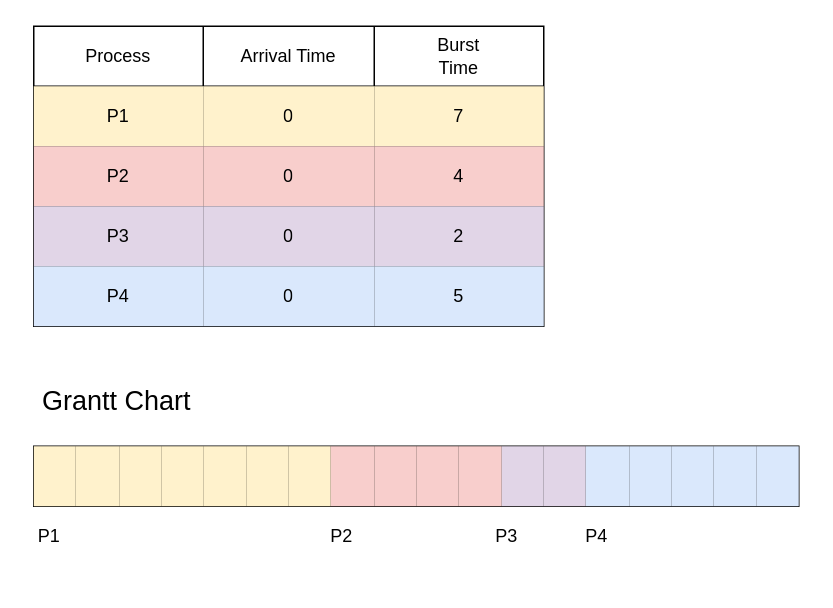
Before: FCFS-Diagram.drawio in estraining/diagram-store, a draw.io diagram. Source tidied: cells renumbered, new cells numbered last; positions are measured from the earlier drawing's top-left corner, leaving out a move shared by most shapes. Both pictures are drawn from the tidied source at 150%, with x=0, y=0 at pixel (26, 26).
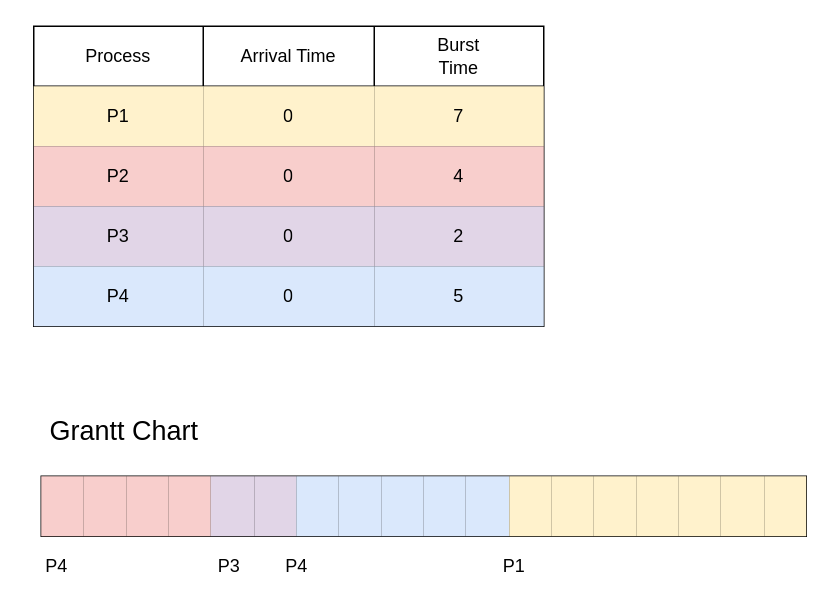
The same page after the edit.

What changed in the source:
```diff
@@
-    <mxCell id="23" style="shape=table;html=1;whiteSpace=wrap;startSize=0;childLayout=tableLayout;" parent="1" vertex="1">
-      <mxGeometry x="5" y="280" width="510" height="40" as="geometry" />
-    </mxCell>
+    <mxCell id="43" value="&lt;font style=&quot;font-size: 18px&quot;&gt;Grantt Chart&lt;/font&gt;" style="text;html=1;align=center;verticalAlign=middle;" parent="1" vertex="1">
+      <mxGeometry x="10" y="260" width="110" height="20" as="geometry" />
+    </mxCell>
+    <mxCell id="48" value="P4" style="text;html=1;align=center;verticalAlign=middle;" parent="1" vertex="1">
+      <mxGeometry x="5" y="350" width="30" height="20" as="geometry" />
+    </mxCell>
+    <mxCell id="46" value="P3" style="text;html=1;align=center;verticalAlign=middle;" parent="1" vertex="1">
+      <mxGeometry x="120" y="350" width="30" height="20" as="geometry" />
+    </mxCell>
+    <mxCell id="49" value="P4" style="text;html=1;align=center;verticalAlign=middle;" parent="1" vertex="1">
+      <mxGeometry x="165" y="350" width="30" height="20" as="geometry" />
+    </mxCell>
+    <mxCell id="44" value="P1" style="text;html=1;align=center;verticalAlign=middle;" parent="1" vertex="1">
+      <mxGeometry x="310" y="350" width="30" height="20" as="geometry" />
+    </mxCell>
+    <mxCell id="50" style="shape=table;html=1;whiteSpace=wrap;startSize=0;childLayout=tableLayout;" parent="1" vertex="1">
+      <mxGeometry x="10" y="300" width="510" height="40" as="geometry" />
+    </mxCell>
-    <mxCell id="24" style="shape=partialRectangle;html=1;whiteSpace=wrap;fillColor=none;top=0;left=0;bottom=0;right=0;" parent="23" vertex="1">
+    <mxCell id="24" style="shape=partialRectangle;html=1;whiteSpace=wrap;fillColor=none;top=0;left=0;bottom=0;right=0;" parent="50" vertex="1">
       <mxGeometry width="510" height="40" as="geometry" />
     </mxCell>
-    <mxCell id="25" style="shape=partialRectangle;html=1;whiteSpace=wrap;overflow=hidden;fillColor=#fff2cc;top=0;left=0;bottom=0;right=0;strokeColor=#d6b656;" parent="24" vertex="1">
-      <mxGeometry width="28" height="40" as="geometry" />
-    </mxCell>
-    <mxCell id="26" style="shape=partialRectangle;html=1;whiteSpace=wrap;overflow=hidden;fillColor=#fff2cc;top=0;left=0;bottom=0;right=0;strokeColor=#d6b656;" parent="24" vertex="1">
-      <mxGeometry x="28" width="29" height="40" as="geometry" />
-    </mxCell>
-    <mxCell id="27" style="shape=partialRectangle;html=1;whiteSpace=wrap;overflow=hidden;fillColor=#fff2cc;top=0;left=0;bottom=0;right=0;strokeColor=#d6b656;" parent="24" vertex="1">
-      <mxGeometry x="57" width="28" height="40" as="geometry" />
-    </mxCell>
-    <mxCell id="28" style="shape=partialRectangle;html=1;whiteSpace=wrap;overflow=hidden;fillColor=#fff2cc;top=0;left=0;bottom=0;right=0;strokeColor=#d6b656;" parent="24" vertex="1">
-      <mxGeometry x="85" width="28" height="40" as="geometry" />
-    </mxCell>
-    <mxCell id="29" style="shape=partialRectangle;html=1;whiteSpace=wrap;overflow=hidden;fillColor=#fff2cc;top=0;left=0;bottom=0;right=0;strokeColor=#d6b656;" parent="24" vertex="1">
-      <mxGeometry x="113" width="29" height="40" as="geometry" />
-    </mxCell>
-    <mxCell id="30" style="shape=partialRectangle;html=1;whiteSpace=wrap;overflow=hidden;fillColor=#fff2cc;top=0;left=0;bottom=0;right=0;strokeColor=#d6b656;" parent="24" vertex="1">
-      <mxGeometry x="142" width="28" height="40" as="geometry" />
-    </mxCell>
-    <mxCell id="31" style="shape=partialRectangle;html=1;whiteSpace=wrap;overflow=hidden;fillColor=#fff2cc;top=0;left=0;bottom=0;right=0;strokeColor=#d6b656;" parent="24" vertex="1">
-      <mxGeometry x="170" width="28" height="40" as="geometry" />
-    </mxCell>
-    <mxCell id="32" style="shape=partialRectangle;html=1;whiteSpace=wrap;overflow=hidden;fillColor=#f8cecc;top=0;left=0;bottom=0;right=0;strokeColor=#b85450;" parent="24" vertex="1">
-      <mxGeometry x="198" width="29" height="40" as="geometry" />
-    </mxCell>
-    <mxCell id="33" style="shape=partialRectangle;html=1;whiteSpace=wrap;overflow=hidden;fillColor=#f8cecc;top=0;left=0;bottom=0;right=0;strokeColor=#b85450;" parent="24" vertex="1">
-      <mxGeometry x="227" width="28" height="40" as="geometry" />
-    </mxCell>
-    <mxCell id="34" style="shape=partialRectangle;html=1;whiteSpace=wrap;overflow=hidden;fillColor=#f8cecc;top=0;left=0;bottom=0;right=0;strokeColor=#b85450;" parent="24" vertex="1">
-      <mxGeometry x="255" width="28" height="40" as="geometry" />
-    </mxCell>
-    <mxCell id="35" style="shape=partialRectangle;html=1;whiteSpace=wrap;overflow=hidden;fillColor=#f8cecc;top=0;left=0;bottom=0;right=0;strokeColor=#b85450;" parent="24" vertex="1">
-      <mxGeometry x="283" width="29" height="40" as="geometry" />
-    </mxCell>
-    <mxCell id="36" style="shape=partialRectangle;html=1;whiteSpace=wrap;overflow=hidden;fillColor=#e1d5e7;top=0;left=0;bottom=0;right=0;strokeColor=#9673a6;" parent="24" vertex="1">
-      <mxGeometry x="312" width="28" height="40" as="geometry" />
-    </mxCell>
-    <mxCell id="37" style="shape=partialRectangle;html=1;whiteSpace=wrap;overflow=hidden;fillColor=#e1d5e7;top=0;left=0;bottom=0;right=0;strokeColor=#9673a6;" parent="24" vertex="1">
-      <mxGeometry x="340" width="28" height="40" as="geometry" />
-    </mxCell>
-    <mxCell id="38" style="shape=partialRectangle;html=1;whiteSpace=wrap;overflow=hidden;fillColor=#dae8fc;top=0;left=0;bottom=0;right=0;strokeColor=#6c8ebf;" parent="24" vertex="1">
-      <mxGeometry x="368" width="29" height="40" as="geometry" />
-    </mxCell>
-    <mxCell id="39" style="shape=partialRectangle;html=1;whiteSpace=wrap;overflow=hidden;fillColor=#dae8fc;top=0;left=0;bottom=0;right=0;strokeColor=#6c8ebf;" parent="24" vertex="1">
-      <mxGeometry x="397" width="28" height="40" as="geometry" />
-    </mxCell>
-    <mxCell id="40" style="shape=partialRectangle;html=1;whiteSpace=wrap;overflow=hidden;fillColor=#dae8fc;top=0;left=0;bottom=0;right=0;strokeColor=#6c8ebf;" parent="24" vertex="1">
-      <mxGeometry x="425" width="28" height="40" as="geometry" />
-    </mxCell>
-    <mxCell id="41" style="shape=partialRectangle;html=1;whiteSpace=wrap;overflow=hidden;fillColor=#dae8fc;top=0;left=0;bottom=0;right=0;strokeColor=#6c8ebf;" parent="24" vertex="1">
-      <mxGeometry x="453" width="29" height="40" as="geometry" />
-    </mxCell>
-    <mxCell id="42" style="shape=partialRectangle;html=1;whiteSpace=wrap;overflow=hidden;fillColor=#dae8fc;top=0;left=0;bottom=0;right=0;strokeColor=#6c8ebf;" parent="24" vertex="1">
-      <mxGeometry x="482" width="28" height="40" as="geometry" />
-    </mxCell>
-    <mxCell id="43" value="&lt;font style=&quot;font-size: 18px&quot;&gt;Grantt Chart&lt;/font&gt;" style="text;html=1;align=center;verticalAlign=middle;" parent="1" vertex="1">
-      <mxGeometry x="5" y="240" width="110" height="20" as="geometry" />
-    </mxCell>
-    <mxCell id="44" value="P1" style="text;html=1;align=center;verticalAlign=middle;" parent="1" vertex="1">
-      <mxGeometry y="330" width="30" height="20" as="geometry" />
-    </mxCell>
-    <mxCell id="45" value="P2" style="text;html=1;align=center;verticalAlign=middle;" parent="1" vertex="1">
-      <mxGeometry x="195" y="330" width="30" height="20" as="geometry" />
-    </mxCell>
-    <mxCell id="46" value="P3" style="text;html=1;align=center;verticalAlign=middle;" parent="1" vertex="1">
-      <mxGeometry x="305" y="330" width="30" height="20" as="geometry" />
-    </mxCell>
-    <mxCell id="47" value="P4" style="text;html=1;align=center;verticalAlign=middle;" parent="1" vertex="1">
-      <mxGeometry x="365" y="330" width="30" height="20" as="geometry" />
-    </mxCell>
+    <mxCell id="51" style="shape=partialRectangle;html=1;whiteSpace=wrap;overflow=hidden;fillColor=#f8cecc;top=0;left=0;bottom=0;right=0;strokeColor=#b85450;" parent="24" vertex="1">
+      <mxGeometry width="28" height="40" as="geometry" />
+    </mxCell>
+    <mxCell id="52" style="shape=partialRectangle;html=1;whiteSpace=wrap;overflow=hidden;fillColor=#f8cecc;top=0;left=0;bottom=0;right=0;strokeColor=#b85450;" parent="24" vertex="1">
+      <mxGeometry x="28" width="29" height="40" as="geometry" />
+    </mxCell>
+    <mxCell id="53" style="shape=partialRectangle;html=1;whiteSpace=wrap;overflow=hidden;fillColor=#f8cecc;top=0;left=0;bottom=0;right=0;strokeColor=#b85450;" parent="24" vertex="1">
+      <mxGeometry x="57" width="28" height="40" as="geometry" />
+    </mxCell>
+    <mxCell id="54" style="shape=partialRectangle;html=1;whiteSpace=wrap;overflow=hidden;fillColor=#f8cecc;top=0;left=0;bottom=0;right=0;strokeColor=#b85450;" parent="24" vertex="1">
+      <mxGeometry x="85" width="28" height="40" as="geometry" />
+    </mxCell>
+    <mxCell id="55" style="shape=partialRectangle;html=1;whiteSpace=wrap;overflow=hidden;fillColor=#e1d5e7;top=0;left=0;bottom=0;right=0;strokeColor=#9673a6;" parent="24" vertex="1">
+      <mxGeometry x="113" width="29" height="40" as="geometry" />
+    </mxCell>
+    <mxCell id="56" style="shape=partialRectangle;html=1;whiteSpace=wrap;overflow=hidden;fillColor=#e1d5e7;top=0;left=0;bottom=0;right=0;strokeColor=#9673a6;" parent="24" vertex="1">
+      <mxGeometry x="142" width="28" height="40" as="geometry" />
+    </mxCell>
+    <mxCell id="57" style="shape=partialRectangle;html=1;whiteSpace=wrap;overflow=hidden;fillColor=#dae8fc;top=0;left=0;bottom=0;right=0;strokeColor=#6c8ebf;" parent="24" vertex="1">
+      <mxGeometry x="170" width="28" height="40" as="geometry" />
+    </mxCell>
+    <mxCell id="58" style="shape=partialRectangle;html=1;whiteSpace=wrap;overflow=hidden;fillColor=#dae8fc;top=0;left=0;bottom=0;right=0;strokeColor=#6c8ebf;" parent="24" vertex="1">
+      <mxGeometry x="198" width="29" height="40" as="geometry" />
+    </mxCell>
+    <mxCell id="59" style="shape=partialRectangle;html=1;whiteSpace=wrap;overflow=hidden;fillColor=#dae8fc;top=0;left=0;bottom=0;right=0;strokeColor=#6c8ebf;" parent="24" vertex="1">
+      <mxGeometry x="227" width="28" height="40" as="geometry" />
+    </mxCell>
+    <mxCell id="60" style="shape=partialRectangle;html=1;whiteSpace=wrap;overflow=hidden;fillColor=#dae8fc;top=0;left=0;bottom=0;right=0;strokeColor=#6c8ebf;" parent="24" vertex="1">
+      <mxGeometry x="255" width="28" height="40" as="geometry" />
+    </mxCell>
+    <mxCell id="61" style="shape=partialRectangle;html=1;whiteSpace=wrap;overflow=hidden;fillColor=#dae8fc;top=0;left=0;bottom=0;right=0;strokeColor=#6c8ebf;" parent="24" vertex="1">
+      <mxGeometry x="283" width="29" height="40" as="geometry" />
+    </mxCell>
+    <mxCell id="62" style="shape=partialRectangle;html=1;whiteSpace=wrap;overflow=hidden;fillColor=#fff2cc;top=0;left=0;bottom=0;right=0;strokeColor=#d6b656;" parent="24" vertex="1">
+      <mxGeometry x="312" width="28" height="40" as="geometry" />
+    </mxCell>
+    <mxCell id="63" style="shape=partialRectangle;html=1;whiteSpace=wrap;overflow=hidden;fillColor=#fff2cc;top=0;left=0;bottom=0;right=0;strokeColor=#d6b656;" parent="24" vertex="1">
+      <mxGeometry x="340" width="28" height="40" as="geometry" />
+    </mxCell>
+    <mxCell id="64" style="shape=partialRectangle;html=1;whiteSpace=wrap;overflow=hidden;fillColor=#fff2cc;top=0;left=0;bottom=0;right=0;strokeColor=#d6b656;" parent="24" vertex="1">
+      <mxGeometry x="368" width="29" height="40" as="geometry" />
+    </mxCell>
+    <mxCell id="65" style="shape=partialRectangle;html=1;whiteSpace=wrap;overflow=hidden;fillColor=#fff2cc;top=0;left=0;bottom=0;right=0;strokeColor=#d6b656;" parent="24" vertex="1">
+      <mxGeometry x="397" width="28" height="40" as="geometry" />
+    </mxCell>
+    <mxCell id="66" style="shape=partialRectangle;html=1;whiteSpace=wrap;overflow=hidden;fillColor=#fff2cc;top=0;left=0;bottom=0;right=0;strokeColor=#d6b656;" parent="24" vertex="1">
+      <mxGeometry x="425" width="28" height="40" as="geometry" />
+    </mxCell>
+    <mxCell id="67" style="shape=partialRectangle;html=1;whiteSpace=wrap;overflow=hidden;fillColor=#fff2cc;top=0;left=0;bottom=0;right=0;strokeColor=#d6b656;" parent="24" vertex="1">
+      <mxGeometry x="453" width="29" height="40" as="geometry" />
+    </mxCell>
+    <mxCell id="68" style="shape=partialRectangle;html=1;whiteSpace=wrap;overflow=hidden;fillColor=#fff2cc;top=0;left=0;bottom=0;right=0;strokeColor=#d6b656;" parent="24" vertex="1">
+      <mxGeometry x="482" width="28" height="40" as="geometry" />
+    </mxCell>
```
